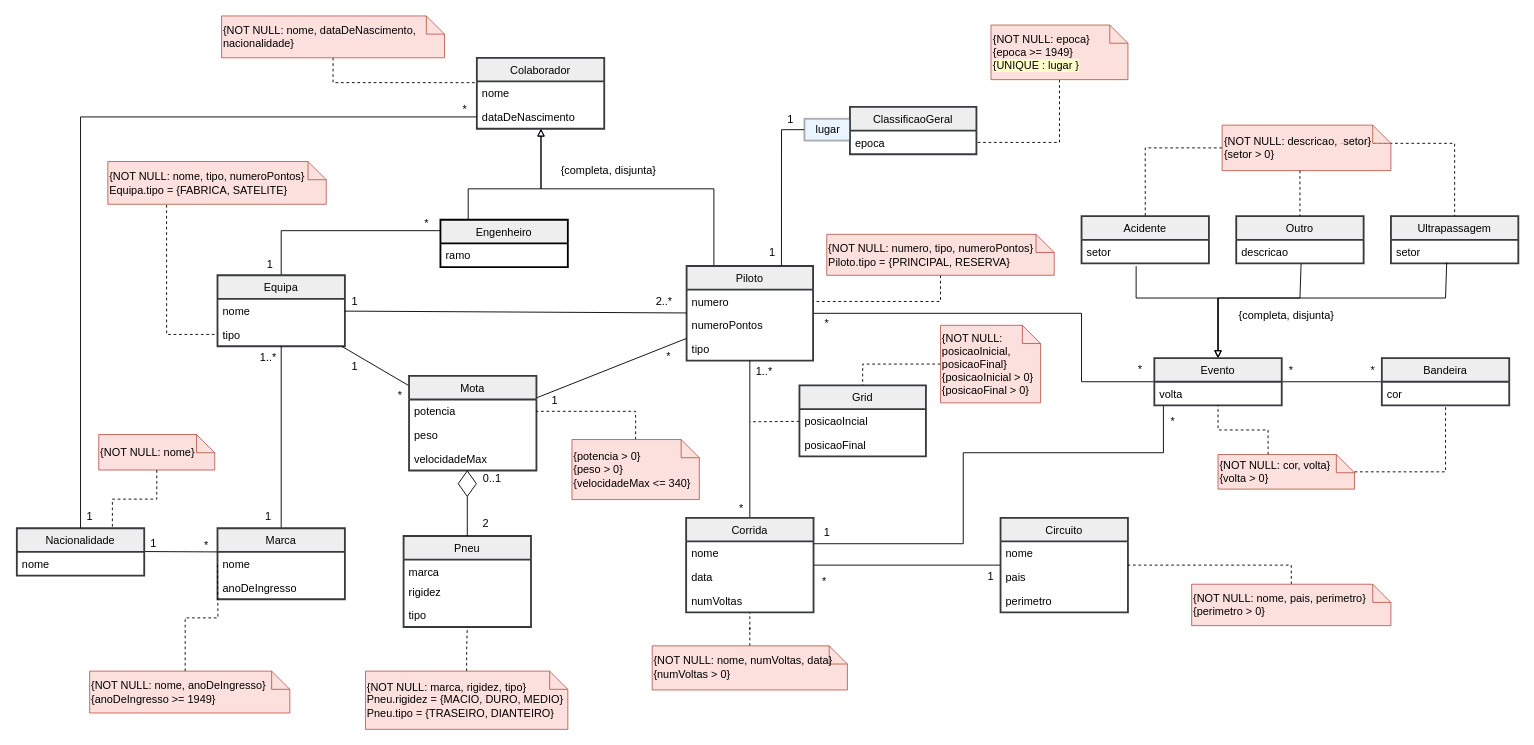
The draw.io diagram MotoGP-UML-Module.drawio in alexandreggc/BD_MotoGP_Project, before the edit. Source tidied: cells renumbered, new cells numbered last; positions are measured from the earlier drawing's top-left corner, leaving out a move shared by most shapes. Both pictures are drawn from the tidied source at 91%, with x=0, y=0 at pixel (16, 15).
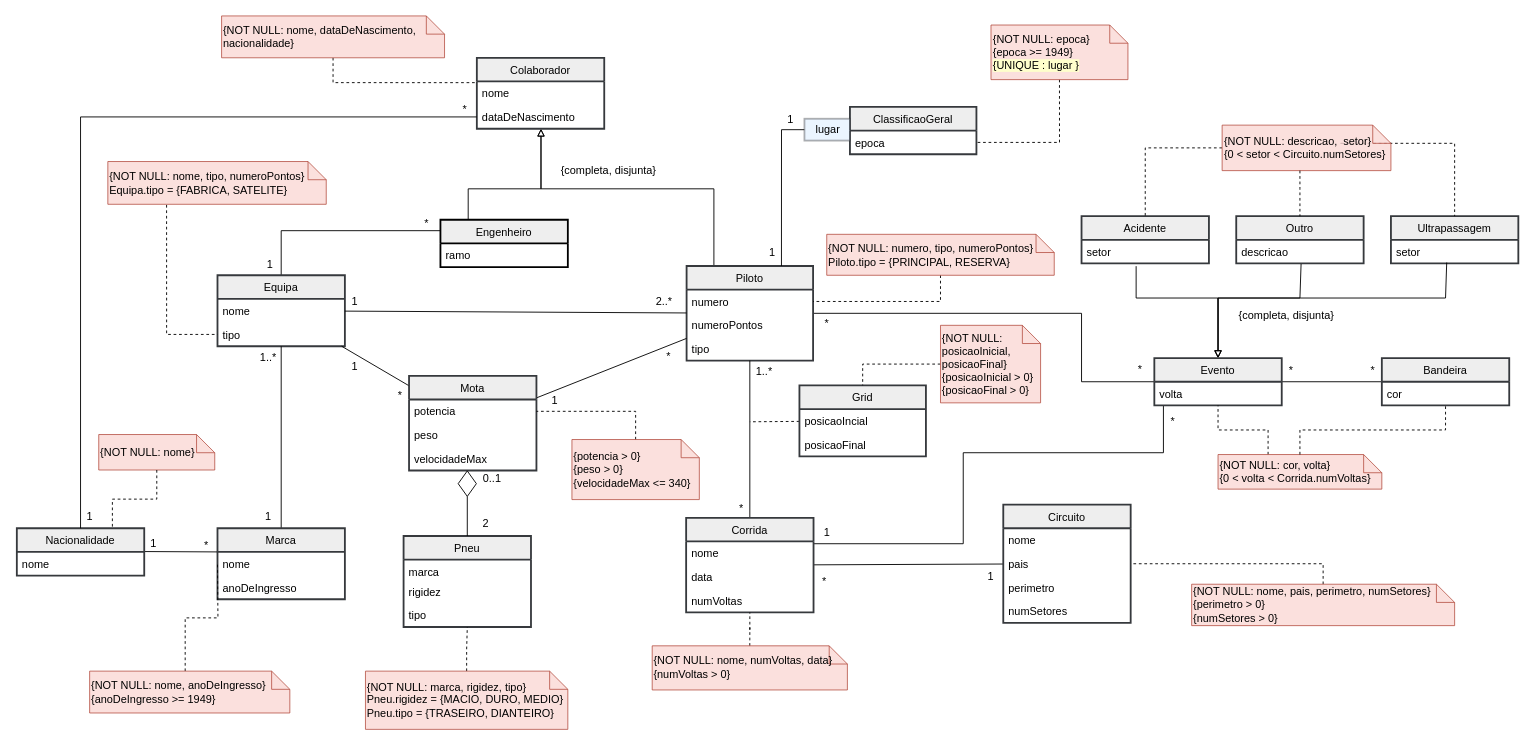
After the change.

Commit message (it also covers changes not shown here):
Update no Modelo UML e numero de setores adicionado ao Circuito

Diff of the diagram source:
```diff
@@
     <mxCell id="29" value="Circuito" style="swimlane;fontStyle=0;horizontal=1;startSize=26;fillColor=#eeeeee;strokeWidth=2;strokeColor=#36393d;" parent="1" vertex="1">
-      <mxGeometry x="1081" y="551.5" width="140" height="104" as="geometry" />
+      <mxGeometry x="1084" y="537" width="140" height="130" as="geometry" />
     </mxCell>
@@
+    <mxCell id="131" value="perimetro" style="text;strokeColor=none;fillColor=none;align=left;verticalAlign=top;spacingLeft=4;spacingRight=4;overflow=hidden;" parent="29" vertex="1">
+      <mxGeometry y="78" width="140" height="26" as="geometry" />
+    </mxCell>
-    <mxCell id="32" value="perimetro" style="text;strokeColor=none;fillColor=none;align=left;verticalAlign=top;spacingLeft=4;spacingRight=4;overflow=hidden;" parent="29" vertex="1">
-      <mxGeometry y="78" width="140" height="26" as="geometry" />
+    <mxCell id="32" value="numSetores" style="text;strokeColor=none;fillColor=none;align=left;verticalAlign=top;spacingLeft=4;spacingRight=4;overflow=hidden;" parent="29" vertex="1">
+      <mxGeometry y="104" width="140" height="26" as="geometry" />
     </mxCell>
@@
-    <mxCell id="90" value="&lt;div&gt;&lt;span&gt;{NOT NULL: nome, pais, perimetro}&lt;/span&gt;&lt;/div&gt;&lt;div&gt;{perimetro &amp;gt; 0}&lt;/div&gt;" style="shape=note;size=20;whiteSpace=wrap;html=1;align=left;strokeColor=#ae4132;fillColor=#fad9d5;opacity=80;" parent="1" vertex="1">
-      <mxGeometry x="1291" y="624.5" width="219" height="45.5" as="geometry" />
+    <mxCell id="90" value="&lt;div&gt;&lt;span&gt;{NOT NULL: nome, pais, perimetro, numSetores}&lt;/span&gt;&lt;/div&gt;&lt;div&gt;{perimetro &amp;gt; 0}&lt;/div&gt;&lt;div&gt;{numSetores &amp;gt; 0}&lt;/div&gt;" style="shape=note;size=20;whiteSpace=wrap;html=1;align=left;strokeColor=#ae4132;fillColor=#fad9d5;opacity=80;" parent="1" vertex="1">
+      <mxGeometry x="1291" y="624.5" width="289" height="45.5" as="geometry" />
     </mxCell>
@@
-    <mxCell id="101" value="{NOT NULL: descricao,&amp;nbsp; setor}&lt;br&gt;{setor &amp;gt; 0}" style="shape=note;size=20;whiteSpace=wrap;html=1;align=left;strokeColor=#ae4132;fillColor=#fad9d5;opacity=80;" parent="1" vertex="1">
+    <mxCell id="101" value="{NOT NULL: descricao,&amp;nbsp; setor}&lt;br&gt;{0 &amp;lt; setor &amp;lt; Circuito.numSetores}" style="shape=note;size=20;whiteSpace=wrap;html=1;align=left;strokeColor=#ae4132;fillColor=#fad9d5;opacity=80;" parent="1" vertex="1">
       <mxGeometry x="1324.5" y="120" width="185.5" height="50" as="geometry" />
     </mxCell>
@@
-    <mxCell id="111" value="{NOT NULL: cor, volta}&lt;br&gt;{volta &amp;gt; 0}" style="shape=note;size=20;whiteSpace=wrap;html=1;align=left;strokeColor=#ae4132;fillColor=#fad9d5;opacity=80;" parent="1" vertex="1">
-      <mxGeometry x="1320" y="482" width="150" height="38" as="geometry" />
+    <mxCell id="111" value="{NOT NULL: cor, volta}&lt;br&gt;{0 &amp;lt; volta &amp;lt; Corrida.numVoltas}" style="shape=note;size=20;whiteSpace=wrap;html=1;align=left;strokeColor=#ae4132;fillColor=#fad9d5;opacity=80;" parent="1" vertex="1">
+      <mxGeometry x="1320" y="482" width="180" height="38" as="geometry" />
     </mxCell>
```
